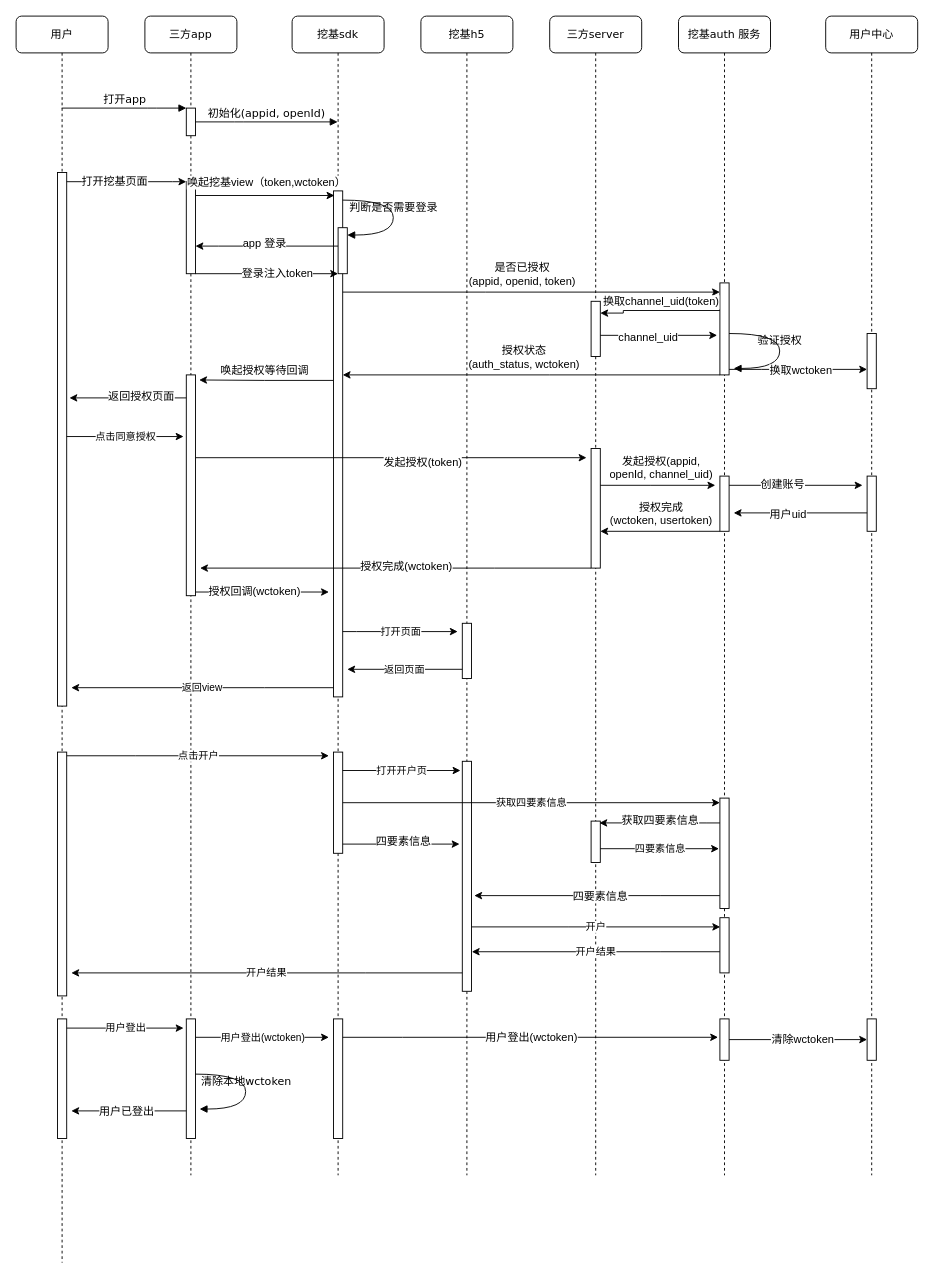
Above: Copy of sdk-授权接入.drawio in ytyszxf/angular2-webpack-starter (draw.io), before the change. Source tidied: cells renumbered, new cells numbered last; positions are measured from the earlier drawing's top-left corner, leaving out a move shared by most shapes. Both pictures are drawn from the tidied source at 92%, with x=0, y=0 at pixel (16, 16).
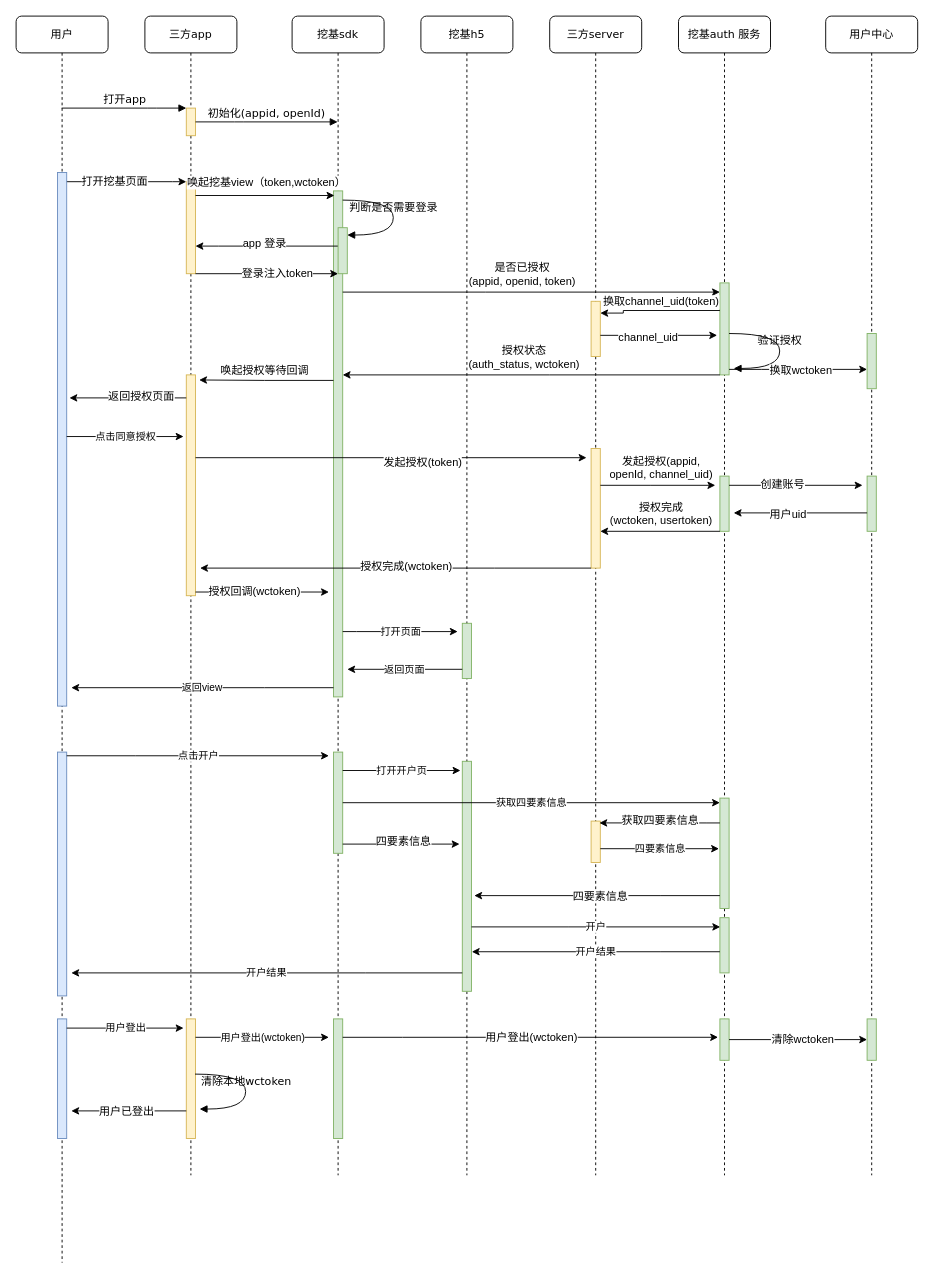
After the change.

Unchanged cells that the change refers to:
```xml
<mxCell id="2" value="三方app" style="shape=umlLifeline;perimeter=lifelinePerimeter;whiteSpace=wrap;html=1;rounded=1;shadow=0;comic=0;labelBackgroundColor=none;strokeColor=#000000;strokeWidth=1;fillColor=#FFFFFF;fontFamily=Verdana;fontSize=12;fontColor=#000000;align=center;" parent="1" vertex="1">
  <mxGeometry x="140" width="100" height="1260" as="geometry" />
</mxCell>
<mxCell id="7" value="挖基sdk" style="shape=umlLifeline;perimeter=lifelinePerimeter;whiteSpace=wrap;html=1;outlineConnect=0;rounded=1;shadow=0;comic=0;labelBackgroundColor=none;strokeColor=#000000;strokeWidth=1;fillColor=#FFFFFF;fontFamily=Verdana;fontSize=12;fontColor=#000000;align=center;" parent="1" vertex="1">
  <mxGeometry x="300" width="100" height="1260" as="geometry" />
</mxCell>
<mxCell id="11" value="挖基h5" style="shape=umlLifeline;perimeter=lifelinePerimeter;whiteSpace=wrap;html=1;rounded=1;shadow=0;comic=0;labelBackgroundColor=none;strokeColor=#000000;strokeWidth=1;fillColor=#FFFFFF;fontFamily=Verdana;fontSize=12;fontColor=#000000;align=center;" parent="1" vertex="1">
  <mxGeometry x="440" width="100" height="1260" as="geometry" />
</mxCell>
<mxCell id="14" value="三方server" style="shape=umlLifeline;perimeter=lifelinePerimeter;whiteSpace=wrap;html=1;rounded=1;shadow=0;comic=0;labelBackgroundColor=none;strokeColor=#000000;strokeWidth=1;fillColor=#FFFFFF;fontFamily=Verdana;fontSize=12;fontColor=#000000;align=center;" parent="1" vertex="1">
  <mxGeometry x="580" width="100" height="1260" as="geometry" />
</mxCell>
<mxCell id="18" value="挖基auth 服务" style="shape=umlLifeline;perimeter=lifelinePerimeter;whiteSpace=wrap;html=1;rounded=1;shadow=0;comic=0;labelBackgroundColor=none;strokeColor=#000000;strokeWidth=1;fillColor=#FFFFFF;fontFamily=Verdana;fontSize=12;fontColor=#000000;align=center;" parent="1" vertex="1">
  <mxGeometry x="720" width="100" height="1260" as="geometry" />
</mxCell>
<mxCell id="26" value="用户" style="shape=umlLifeline;perimeter=lifelinePerimeter;whiteSpace=wrap;html=1;outlineConnect=0;rounded=1;shadow=0;comic=0;labelBackgroundColor=none;strokeColor=#000000;strokeWidth=1;fillColor=#FFFFFF;fontFamily=Verdana;fontSize=12;fontColor=#000000;align=center;" parent="1" vertex="1">
  <mxGeometry width="100" height="1355" as="geometry" />
</mxCell>
<mxCell id="44" value="用户中心" style="shape=umlLifeline;perimeter=lifelinePerimeter;whiteSpace=wrap;html=1;rounded=1;shadow=0;comic=0;labelBackgroundColor=none;strokeColor=#000000;strokeWidth=1;fillColor=#FFFFFF;fontFamily=Verdana;fontSize=12;fontColor=#000000;align=center;" parent="1" vertex="1">
  <mxGeometry x="880" width="100" height="1260" as="geometry" />
</mxCell>
```

Change to the diagram source:
```diff
@@
-    <mxCell id="3" style="html=1;points=[];perimeter=orthogonalPerimeter;rounded=0;shadow=0;comic=0;labelBackgroundColor=none;strokeColor=#000000;strokeWidth=1;fillColor=#FFFFFF;fontFamily=Verdana;fontSize=12;fontColor=#000000;align=center;" parent="2" vertex="1">
+    <mxCell id="3" style="html=1;points=[];perimeter=orthogonalPerimeter;rounded=0;shadow=0;comic=0;labelBackgroundColor=none;strokeColor=#d6b656;strokeWidth=1;fillColor=#fff2cc;fontFamily=Verdana;fontSize=12;align=center;" parent="2" vertex="1">
       <mxGeometry x="45" y="100" width="10" height="30" as="geometry" />
     </mxCell>
-    <mxCell id="4" style="html=1;points=[];perimeter=orthogonalPerimeter;rounded=0;shadow=0;comic=0;labelBackgroundColor=none;strokeColor=#000000;strokeWidth=1;fillColor=#FFFFFF;fontFamily=Verdana;fontSize=12;fontColor=#000000;align=center;" parent="2" vertex="1">
+    <mxCell id="4" style="html=1;points=[];perimeter=orthogonalPerimeter;rounded=0;shadow=0;comic=0;labelBackgroundColor=none;strokeColor=#d6b656;strokeWidth=1;fillColor=#fff2cc;fontFamily=Verdana;fontSize=12;align=center;" parent="2" vertex="1">
       <mxGeometry x="45" y="180" width="10" height="100" as="geometry" />
     </mxCell>
-    <mxCell id="5" style="html=1;points=[];perimeter=orthogonalPerimeter;rounded=0;shadow=0;comic=0;labelBackgroundColor=none;strokeColor=#000000;strokeWidth=1;fillColor=#FFFFFF;fontFamily=Verdana;fontSize=12;fontColor=#000000;align=center;" parent="2" vertex="1">
+    <mxCell id="5" style="html=1;points=[];perimeter=orthogonalPerimeter;rounded=0;shadow=0;comic=0;labelBackgroundColor=none;strokeColor=#d6b656;strokeWidth=1;fillColor=#fff2cc;fontFamily=Verdana;fontSize=12;align=center;" parent="2" vertex="1">
       <mxGeometry x="45" y="390" width="10" height="240" as="geometry" />
     </mxCell>
-    <mxCell id="6" style="html=1;points=[];perimeter=orthogonalPerimeter;rounded=0;shadow=0;comic=0;labelBackgroundColor=none;strokeColor=#000000;strokeWidth=1;fillColor=#FFFFFF;fontFamily=Verdana;fontSize=12;fontColor=#000000;align=center;" parent="2" vertex="1">
+    <mxCell id="6" style="html=1;points=[];perimeter=orthogonalPerimeter;rounded=0;shadow=0;comic=0;labelBackgroundColor=none;strokeColor=#d6b656;strokeWidth=1;fillColor=#fff2cc;fontFamily=Verdana;fontSize=12;align=center;" parent="2" vertex="1">
       <mxGeometry x="45" y="1090" width="10" height="130" as="geometry" />
     </mxCell>
@@
-    <mxCell id="8" style="html=1;points=[];perimeter=orthogonalPerimeter;rounded=0;shadow=0;comic=0;labelBackgroundColor=none;strokeColor=#000000;strokeWidth=1;fillColor=#FFFFFF;fontFamily=Verdana;fontSize=12;fontColor=#000000;align=center;" parent="7" vertex="1">
+    <mxCell id="8" style="html=1;points=[];perimeter=orthogonalPerimeter;rounded=0;shadow=0;comic=0;labelBackgroundColor=none;strokeColor=#82b366;strokeWidth=1;fillColor=#d5e8d4;fontFamily=Verdana;fontSize=12;align=center;" parent="7" vertex="1">
       <mxGeometry x="45" y="190" width="10" height="550" as="geometry" />
     </mxCell>
-    <mxCell id="9" style="html=1;points=[];perimeter=orthogonalPerimeter;rounded=0;shadow=0;comic=0;labelBackgroundColor=none;strokeColor=#000000;strokeWidth=1;fillColor=#FFFFFF;fontFamily=Verdana;fontSize=12;fontColor=#000000;align=center;" parent="7" vertex="1">
+    <mxCell id="9" style="html=1;points=[];perimeter=orthogonalPerimeter;rounded=0;shadow=0;comic=0;labelBackgroundColor=none;strokeColor=#82b366;strokeWidth=1;fillColor=#d5e8d4;fontFamily=Verdana;fontSize=12;align=center;" parent="7" vertex="1">
       <mxGeometry x="45" y="800" width="10" height="110" as="geometry" />
     </mxCell>
-    <mxCell id="10" style="html=1;points=[];perimeter=orthogonalPerimeter;rounded=0;shadow=0;comic=0;labelBackgroundColor=none;strokeColor=#000000;strokeWidth=1;fillColor=#FFFFFF;fontFamily=Verdana;fontSize=12;fontColor=#000000;align=center;" parent="7" vertex="1">
+    <mxCell id="10" style="html=1;points=[];perimeter=orthogonalPerimeter;rounded=0;shadow=0;comic=0;labelBackgroundColor=none;strokeColor=#82b366;strokeWidth=1;fillColor=#d5e8d4;fontFamily=Verdana;fontSize=12;align=center;" parent="7" vertex="1">
       <mxGeometry x="45" y="1090" width="10" height="130" as="geometry" />
     </mxCell>
@@
-    <mxCell id="12" style="html=1;points=[];perimeter=orthogonalPerimeter;rounded=0;shadow=0;comic=0;labelBackgroundColor=none;strokeColor=#000000;strokeWidth=1;fillColor=#FFFFFF;fontFamily=Verdana;fontSize=12;fontColor=#000000;align=center;" parent="11" vertex="1">
+    <mxCell id="12" style="html=1;points=[];perimeter=orthogonalPerimeter;rounded=0;shadow=0;comic=0;labelBackgroundColor=none;strokeColor=#82b366;strokeWidth=1;fillColor=#d5e8d4;fontFamily=Verdana;fontSize=12;align=center;" parent="11" vertex="1">
       <mxGeometry x="45" y="660" width="10" height="60" as="geometry" />
     </mxCell>
-    <mxCell id="13" style="html=1;points=[];perimeter=orthogonalPerimeter;rounded=0;shadow=0;comic=0;labelBackgroundColor=none;strokeColor=#000000;strokeWidth=1;fillColor=#FFFFFF;fontFamily=Verdana;fontSize=12;fontColor=#000000;align=center;" parent="11" vertex="1">
+    <mxCell id="13" style="html=1;points=[];perimeter=orthogonalPerimeter;rounded=0;shadow=0;comic=0;labelBackgroundColor=none;strokeColor=#82b366;strokeWidth=1;fillColor=#d5e8d4;fontFamily=Verdana;fontSize=12;align=center;" parent="11" vertex="1">
       <mxGeometry x="45" y="810" width="10" height="250" as="geometry" />
     </mxCell>
@@
-    <mxCell id="15" style="html=1;points=[];perimeter=orthogonalPerimeter;rounded=0;shadow=0;comic=0;labelBackgroundColor=none;strokeColor=#000000;strokeWidth=1;fillColor=#FFFFFF;fontFamily=Verdana;fontSize=12;fontColor=#000000;align=center;" parent="14" vertex="1">
+    <mxCell id="15" style="html=1;points=[];perimeter=orthogonalPerimeter;rounded=0;shadow=0;comic=0;labelBackgroundColor=none;strokeColor=#d6b656;strokeWidth=1;fillColor=#fff2cc;fontFamily=Verdana;fontSize=12;align=center;" parent="14" vertex="1">
       <mxGeometry x="45" y="470" width="10" height="130" as="geometry" />
     </mxCell>
-    <mxCell id="16" style="html=1;points=[];perimeter=orthogonalPerimeter;rounded=0;shadow=0;comic=0;labelBackgroundColor=none;strokeColor=#000000;strokeWidth=1;fillColor=#FFFFFF;fontFamily=Verdana;fontSize=12;fontColor=#000000;align=center;" parent="14" vertex="1">
+    <mxCell id="16" style="html=1;points=[];perimeter=orthogonalPerimeter;rounded=0;shadow=0;comic=0;labelBackgroundColor=none;strokeColor=#d6b656;strokeWidth=1;fillColor=#fff2cc;fontFamily=Verdana;fontSize=12;align=center;" parent="14" vertex="1">
       <mxGeometry x="45" y="875" width="10" height="45" as="geometry" />
     </mxCell>
-    <mxCell id="17" style="html=1;points=[];perimeter=orthogonalPerimeter;rounded=0;shadow=0;comic=0;labelBackgroundColor=none;strokeColor=#000000;strokeWidth=1;fillColor=#FFFFFF;fontFamily=Verdana;fontSize=12;fontColor=#000000;align=center;" parent="14" vertex="1">
+    <mxCell id="17" style="html=1;points=[];perimeter=orthogonalPerimeter;rounded=0;shadow=0;comic=0;labelBackgroundColor=none;strokeColor=#d6b656;strokeWidth=1;fillColor=#fff2cc;fontFamily=Verdana;fontSize=12;align=center;" parent="14" vertex="1">
       <mxGeometry x="45" y="310" width="10" height="60" as="geometry" />
     </mxCell>
@@
-    <mxCell id="19" style="html=1;points=[];perimeter=orthogonalPerimeter;rounded=0;shadow=0;comic=0;labelBackgroundColor=none;strokeColor=#000000;strokeWidth=1;fillColor=#FFFFFF;fontFamily=Verdana;fontSize=12;fontColor=#000000;align=center;" parent="18" vertex="1">
+    <mxCell id="19" style="html=1;points=[];perimeter=orthogonalPerimeter;rounded=0;shadow=0;comic=0;labelBackgroundColor=none;strokeColor=#82b366;strokeWidth=1;fillColor=#d5e8d4;fontFamily=Verdana;fontSize=12;align=center;" parent="18" vertex="1">
       <mxGeometry x="45" y="290" width="10" height="100" as="geometry" />
     </mxCell>
-    <mxCell id="20" style="html=1;points=[];perimeter=orthogonalPerimeter;rounded=0;shadow=0;comic=0;labelBackgroundColor=none;strokeColor=#000000;strokeWidth=1;fillColor=#FFFFFF;fontFamily=Verdana;fontSize=12;fontColor=#000000;align=center;" parent="18" vertex="1">
+    <mxCell id="20" style="html=1;points=[];perimeter=orthogonalPerimeter;rounded=0;shadow=0;comic=0;labelBackgroundColor=none;strokeColor=#82b366;strokeWidth=1;fillColor=#d5e8d4;fontFamily=Verdana;fontSize=12;align=center;" parent="18" vertex="1">
       <mxGeometry x="45" y="500" width="10" height="60" as="geometry" />
     </mxCell>
-    <mxCell id="21" style="html=1;points=[];perimeter=orthogonalPerimeter;rounded=0;shadow=0;comic=0;labelBackgroundColor=none;strokeColor=#000000;strokeWidth=1;fillColor=#FFFFFF;fontFamily=Verdana;fontSize=12;fontColor=#000000;align=center;" parent="18" vertex="1">
+    <mxCell id="21" style="html=1;points=[];perimeter=orthogonalPerimeter;rounded=0;shadow=0;comic=0;labelBackgroundColor=none;strokeColor=#82b366;strokeWidth=1;fillColor=#d5e8d4;fontFamily=Verdana;fontSize=12;align=center;" parent="18" vertex="1">
       <mxGeometry x="45" y="980" width="10" height="60" as="geometry" />
     </mxCell>
-    <mxCell id="22" style="html=1;points=[];perimeter=orthogonalPerimeter;rounded=0;shadow=0;comic=0;labelBackgroundColor=none;strokeColor=#000000;strokeWidth=1;fillColor=#FFFFFF;fontFamily=Verdana;fontSize=12;fontColor=#000000;align=center;" parent="18" vertex="1">
+    <mxCell id="22" style="html=1;points=[];perimeter=orthogonalPerimeter;rounded=0;shadow=0;comic=0;labelBackgroundColor=none;strokeColor=#82b366;strokeWidth=1;fillColor=#d5e8d4;fontFamily=Verdana;fontSize=12;align=center;" parent="18" vertex="1">
       <mxGeometry x="45" y="850" width="10" height="120" as="geometry" />
     </mxCell>
-    <mxCell id="23" style="html=1;points=[];perimeter=orthogonalPerimeter;rounded=0;shadow=0;comic=0;labelBackgroundColor=none;strokeColor=#000000;strokeWidth=1;fillColor=#FFFFFF;fontFamily=Verdana;fontSize=12;fontColor=#000000;align=center;" parent="18" vertex="1">
+    <mxCell id="23" style="html=1;points=[];perimeter=orthogonalPerimeter;rounded=0;shadow=0;comic=0;labelBackgroundColor=none;strokeColor=#82b366;strokeWidth=1;fillColor=#d5e8d4;fontFamily=Verdana;fontSize=12;align=center;" parent="18" vertex="1">
       <mxGeometry x="45" y="1090" width="10" height="45" as="geometry" />
     </mxCell>
@@
-    <mxCell id="27" style="html=1;points=[];perimeter=orthogonalPerimeter;rounded=0;shadow=0;comic=0;labelBackgroundColor=none;strokeColor=#000000;strokeWidth=1;fillColor=#FFFFFF;fontFamily=Verdana;fontSize=12;fontColor=#000000;align=center;" parent="26" vertex="1">
+    <mxCell id="27" style="html=1;points=[];perimeter=orthogonalPerimeter;rounded=0;shadow=0;comic=0;labelBackgroundColor=none;strokeColor=#6c8ebf;strokeWidth=1;fillColor=#dae8fc;fontFamily=Verdana;fontSize=12;align=center;" parent="26" vertex="1">
       <mxGeometry x="45" y="170" width="10" height="580" as="geometry" />
     </mxCell>
-    <mxCell id="28" style="html=1;points=[];perimeter=orthogonalPerimeter;rounded=0;shadow=0;comic=0;labelBackgroundColor=none;strokeColor=#000000;strokeWidth=1;fillColor=#FFFFFF;fontFamily=Verdana;fontSize=12;fontColor=#000000;align=center;" parent="26" vertex="1">
+    <mxCell id="28" style="html=1;points=[];perimeter=orthogonalPerimeter;rounded=0;shadow=0;comic=0;labelBackgroundColor=none;strokeColor=#6c8ebf;strokeWidth=1;fillColor=#dae8fc;fontFamily=Verdana;fontSize=12;align=center;" parent="26" vertex="1">
       <mxGeometry x="45" y="800" width="10" height="265" as="geometry" />
     </mxCell>
-    <mxCell id="29" style="html=1;points=[];perimeter=orthogonalPerimeter;rounded=0;shadow=0;comic=0;labelBackgroundColor=none;strokeColor=#000000;strokeWidth=1;fillColor=#FFFFFF;fontFamily=Verdana;fontSize=12;fontColor=#000000;align=center;" parent="26" vertex="1">
+    <mxCell id="29" style="html=1;points=[];perimeter=orthogonalPerimeter;rounded=0;shadow=0;comic=0;labelBackgroundColor=none;strokeColor=#6c8ebf;strokeWidth=1;fillColor=#dae8fc;fontFamily=Verdana;fontSize=12;align=center;" parent="26" vertex="1">
       <mxGeometry x="45" y="1090" width="10" height="130" as="geometry" />
     </mxCell>
@@
-    <mxCell id="36" style="html=1;points=[];perimeter=orthogonalPerimeter;rounded=0;shadow=0;comic=0;labelBackgroundColor=none;strokeColor=#000000;strokeWidth=1;fillColor=#FFFFFF;fontFamily=Verdana;fontSize=12;fontColor=#000000;align=center;" parent="1" vertex="1">
+    <mxCell id="36" style="html=1;points=[];perimeter=orthogonalPerimeter;rounded=0;shadow=0;comic=0;labelBackgroundColor=none;strokeColor=#82b366;strokeWidth=1;fillColor=#d5e8d4;fontFamily=Verdana;fontSize=12;align=center;" parent="1" vertex="1">
       <mxGeometry x="350" y="230" width="10" height="50" as="geometry" />
     </mxCell>
@@
-    <mxCell id="45" style="html=1;points=[];perimeter=orthogonalPerimeter;rounded=0;shadow=0;comic=0;labelBackgroundColor=none;strokeColor=#000000;strokeWidth=1;fillColor=#FFFFFF;fontFamily=Verdana;fontSize=12;fontColor=#000000;align=center;" parent="44" vertex="1">
+    <mxCell id="45" style="html=1;points=[];perimeter=orthogonalPerimeter;rounded=0;shadow=0;comic=0;labelBackgroundColor=none;strokeColor=#82b366;strokeWidth=1;fillColor=#d5e8d4;fontFamily=Verdana;fontSize=12;align=center;" parent="44" vertex="1">
       <mxGeometry x="45" y="500" width="10" height="60" as="geometry" />
     </mxCell>
-    <mxCell id="46" style="html=1;points=[];perimeter=orthogonalPerimeter;rounded=0;shadow=0;comic=0;labelBackgroundColor=none;strokeColor=#000000;strokeWidth=1;fillColor=#FFFFFF;fontFamily=Verdana;fontSize=12;fontColor=#000000;align=center;" parent="44" vertex="1">
+    <mxCell id="46" style="html=1;points=[];perimeter=orthogonalPerimeter;rounded=0;shadow=0;comic=0;labelBackgroundColor=none;strokeColor=#82b366;strokeWidth=1;fillColor=#d5e8d4;fontFamily=Verdana;fontSize=12;align=center;" parent="44" vertex="1">
       <mxGeometry x="45" y="345" width="10" height="60" as="geometry" />
     </mxCell>
-    <mxCell id="47" style="html=1;points=[];perimeter=orthogonalPerimeter;rounded=0;shadow=0;comic=0;labelBackgroundColor=none;strokeColor=#000000;strokeWidth=1;fillColor=#FFFFFF;fontFamily=Verdana;fontSize=12;fontColor=#000000;align=center;" parent="44" vertex="1">
+    <mxCell id="47" style="html=1;points=[];perimeter=orthogonalPerimeter;rounded=0;shadow=0;comic=0;labelBackgroundColor=none;strokeColor=#82b366;strokeWidth=1;fillColor=#d5e8d4;fontFamily=Verdana;fontSize=12;align=center;" parent="44" vertex="1">
       <mxGeometry x="45" y="1090" width="10" height="45" as="geometry" />
     </mxCell>
```
